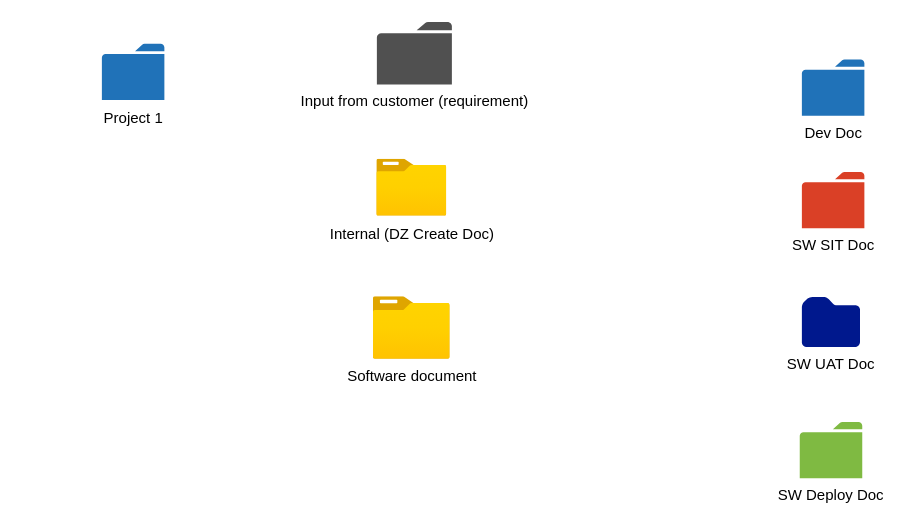
Before: TD/Untitled Diagram.drawio in delphihero/MyDocument, a draw.io diagram. Source tidied: cells renumbered, new cells numbered last; positions are measured from the earlier drawing's top-left corner, leaving out a move shared by most shapes. Both pictures are drawn from the tidied source at 125%, with x=0, y=0 at pixel (101, 21).
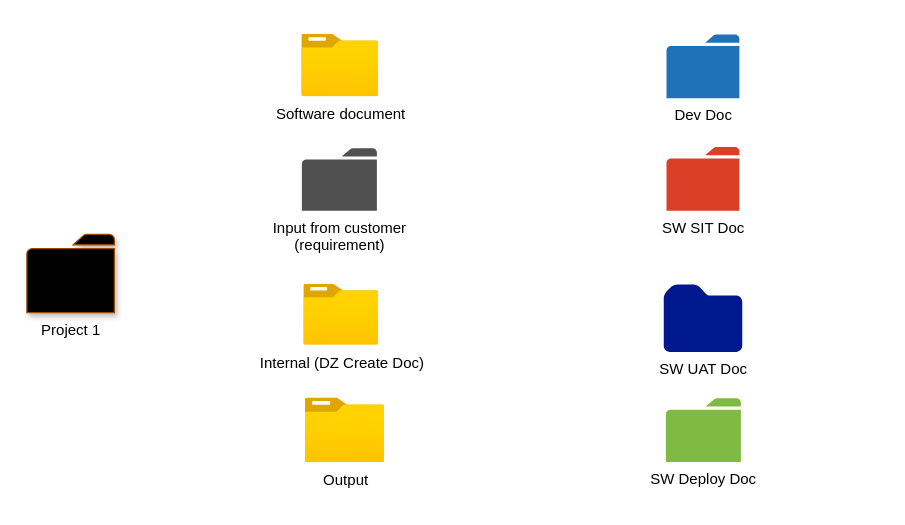
After the change.

The edit, as a diff of the source:
```diff
@@
 <mxGraphModel>
   <root>
     <mxCell id="0" />
     <mxCell id="1" parent="0" />
-    <mxCell id="2" value="Project 1" style="shadow=0;dashed=0;html=1;strokeColor=none;labelPosition=center;verticalLabelPosition=bottom;verticalAlign=top;align=center;shape=mxgraph.office.concepts.folder;fillColor=#2072B8;" parent="1" vertex="1">
-      <mxGeometry y="17.5" width="50" height="45" as="geometry" />
+    <mxCell id="2" value="Project 1" style="shadow=1;dashed=0;html=1;strokeColor=#994C00;labelPosition=center;verticalLabelPosition=bottom;verticalAlign=top;align=center;shape=mxgraph.office.concepts.folder;fillColor=#000000;" parent="1" vertex="1">
+      <mxGeometry x="-60" y="170" width="70" height="62.5" as="geometry" />
     </mxCell>
-    <mxCell id="3" value="Input from customer (requirement)" style="shadow=0;dashed=0;html=1;strokeColor=none;fillColor=#505050;labelPosition=center;verticalLabelPosition=bottom;verticalAlign=top;align=center;shape=mxgraph.office.concepts.folder;" parent="1" vertex="1">
-      <mxGeometry x="220" width="60" height="50" as="geometry" />
+    <mxCell id="3" value="&lt;div&gt;Input from customer &lt;br&gt;&lt;/div&gt;&lt;div&gt;(requirement)&lt;/div&gt;" style="shadow=0;dashed=0;html=1;strokeColor=none;fillColor=#505050;labelPosition=center;verticalLabelPosition=bottom;verticalAlign=top;align=center;shape=mxgraph.office.concepts.folder;" parent="1" vertex="1">
+      <mxGeometry x="160" y="101" width="60" height="50" as="geometry" />
     </mxCell>
     <mxCell id="4" value="Internal (DZ Create Doc)" style="html=1;align=center;image;fontSize=12;image=img/lib/azure2/general/Folder_Blank.svg;" parent="1" vertex="1">
-      <mxGeometry x="220" y="110" width="56.1" height="45.5" as="geometry" />
+      <mxGeometry x="161.6" y="210" width="60" height="48.7" as="geometry" />
     </mxCell>
     <mxCell id="5" value="SW UAT Doc" style="shadow=0;dashed=0;html=1;strokeColor=none;labelPosition=center;verticalLabelPosition=bottom;verticalAlign=top;align=center;fillColor=#00188D;shape=mxgraph.mscae.enterprise.folder;" parent="1" vertex="1">
-      <mxGeometry x="560" y="220" width="46.5" height="40" as="geometry" />
+      <mxGeometry x="449.5" y="210" width="62.8" height="54" as="geometry" />
     </mxCell>
     <mxCell id="6" value="SW Deploy Doc" style="shadow=0;dashed=0;html=1;strokeColor=none;labelPosition=center;verticalLabelPosition=bottom;verticalAlign=top;align=center;shape=mxgraph.office.concepts.folder;fillColor=#7FBA42;" parent="1" vertex="1">
-      <mxGeometry x="558.3" y="320" width="50" height="45" as="geometry" />
+      <mxGeometry x="451.2" y="301" width="60" height="51" as="geometry" />
     </mxCell>
     <mxCell id="7" value="SW SIT Doc" style="shadow=0;dashed=0;html=1;strokeColor=none;labelPosition=center;verticalLabelPosition=bottom;verticalAlign=top;align=center;shape=mxgraph.office.concepts.folder;fillColor=#DA4026;" parent="1" vertex="1">
-      <mxGeometry x="560" y="120" width="50" height="45" as="geometry" />
+      <mxGeometry x="451.7" y="100" width="58.3" height="51" as="geometry" />
     </mxCell>
     <mxCell id="8" value="Software document" style="html=1;align=center;image;fontSize=12;image=img/lib/azure2/general/Folder_Blank.svg;" parent="1" vertex="1">
-      <mxGeometry x="217.2" y="220" width="61.6" height="50" as="geometry" />
+      <mxGeometry x="160" y="10" width="61.6" height="50" as="geometry" />
     </mxCell>
     <mxCell id="9" value="Dev Doc" style="shadow=0;dashed=0;html=1;strokeColor=none;labelPosition=center;verticalLabelPosition=bottom;verticalAlign=top;align=center;shape=mxgraph.office.concepts.folder;fillColor=#2072B8;" parent="1" vertex="1">
-      <mxGeometry x="560" y="30" width="50" height="45" as="geometry" />
+      <mxGeometry x="451.7" y="10" width="58.3" height="51" as="geometry" />
     </mxCell>
+    <mxCell id="10" value="Output" style="html=1;align=center;image;fontSize=12;image=img/lib/azure2/general/Folder_Blank.svg;" parent="1" vertex="1">
+      <mxGeometry x="162.8" y="301" width="63.7" height="51.7" as="geometry" />
+    </mxCell>
   </root>
 </mxGraphModel>
```
